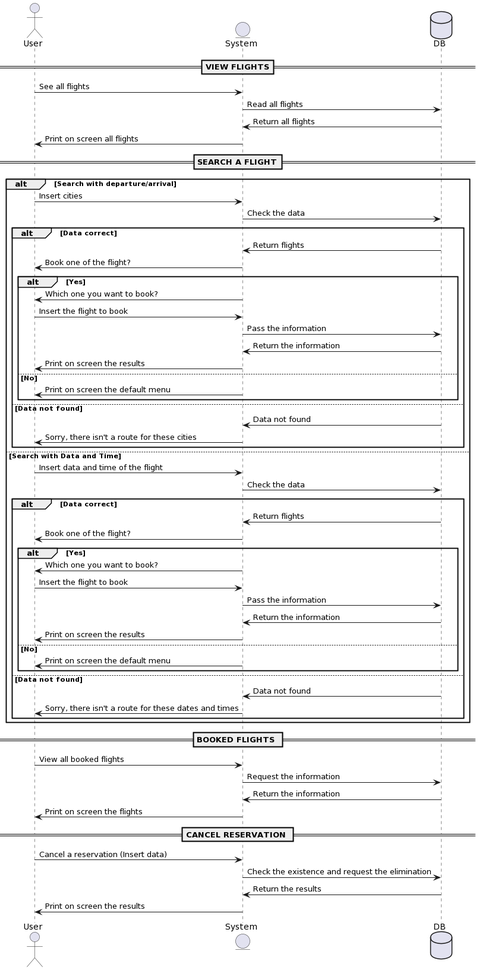
The PlantUML diagram DIAGRAMMI UML/SEQUENZA/DIAGRAMMA SEQUENZA CLASSE ADMINISTRATOR/DIAGRAMMA UML SEQUENZA Administrator.png in Chrisis2004/EASYJET-PROJECT, before a commit.
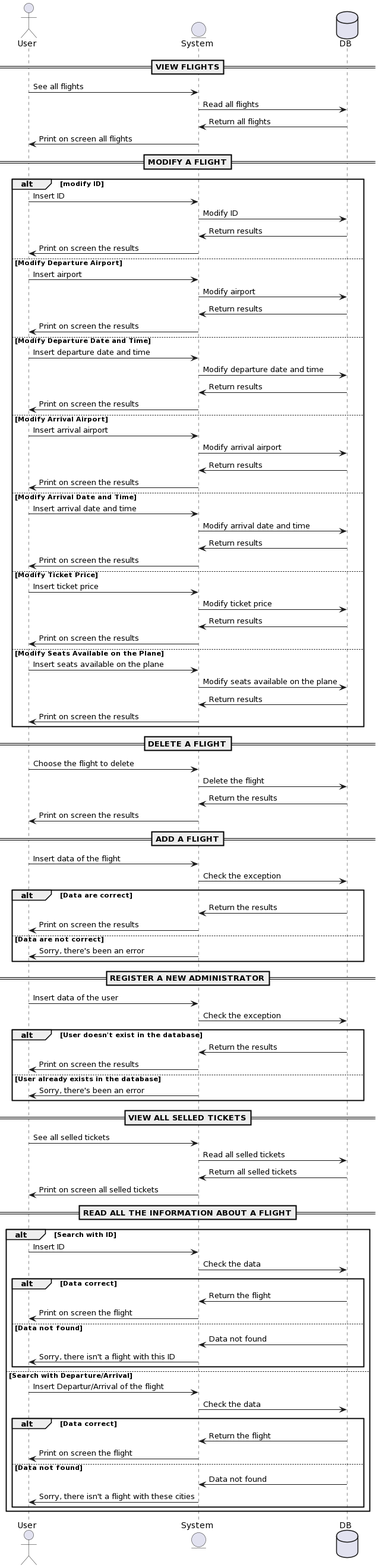
After the change.

The edit, as a diff of the source:
```diff
@@ -9,65 +9,107 @@
 Foo3 -> Foo2: Return all flights
 Foo2 -> Foo : Print on screen all flights
 
-==SEARCH A FLIGHT==
-alt Search with departure/arrival
-Foo -> Foo2 : Insert cities
+==MODIFY A FLIGHT==
+alt modify ID
+Foo -> Foo2 : Insert ID
+Foo2 -> Foo3: Modify ID
+Foo3 -> Foo2: Return results
+Foo2 -> Foo: Print on screen the results
+
+else Modify Departure Airport
+Foo -> Foo2 : Insert airport
+Foo2 -> Foo3: Modify airport
+Foo3 -> Foo2: Return results
+Foo2 -> Foo: Print on screen the results
+
+else Modify Departure Date and Time
+Foo -> Foo2 : Insert departure date and time
+Foo2 -> Foo3: Modify departure date and time
+Foo3 -> Foo2: Return results
+Foo2 -> Foo: Print on screen the results
+
+else Modify Arrival Airport
+Foo -> Foo2 : Insert arrival airport
+Foo2 -> Foo3: Modify arrival airport
+Foo3 -> Foo2: Return results
+Foo2 -> Foo: Print on screen the results
+
+else Modify Arrival Date and Time
+Foo -> Foo2 : Insert arrival date and time
+Foo2 -> Foo3: Modify arrival date and time
+Foo3 -> Foo2: Return results
+Foo2 -> Foo: Print on screen the results
+
+else Modify Ticket Price
+Foo -> Foo2 : Insert ticket price
+Foo2 -> Foo3: Modify ticket price
+Foo3 -> Foo2: Return results
+Foo2 -> Foo: Print on screen the results
+
+else Modify Seats Available on the Plane
+Foo -> Foo2 : Insert seats available on the plane
+Foo2 -> Foo3: Modify seats available on the plane
+Foo3 -> Foo2: Return results
+Foo2 -> Foo: Print on screen the results
+end
+
+== DELETE A FLIGHT==
+Foo -> Foo2 : Choose the flight to delete
+Foo2 -> Foo3 : Delete the flight
+Foo3 -> Foo2: Return the results
+Foo2 -> Foo : Print on screen the results
+
+== ADD A FLIGHT==
+Foo -> Foo2 : Insert data of the flight
+Foo2 -> Foo3: Check the exception
+alt Data are correct
+Foo3 -> Foo2: Return the results
+Foo2 -> Foo: Print on screen the results
+else Data are not correct
+Foo2 -> Foo: Sorry, there's been an error
+end
+
+== REGISTER A NEW ADMINISTRATOR==
+Foo -> Foo2 : Insert data of the user
+Foo2 -> Foo3 : Check the exception
+alt User doesn't exist in the database
+Foo3 -> Foo2: Return the results
+Foo2 -> Foo : Print on screen the results
+else User already exists in the database
+Foo2 -> Foo: Sorry, there's been an error
+end
+
+== VIEW ALL SELLED TICKETS==
+Foo -> Foo2 : See all selled tickets
+Foo2 -> Foo3 : Read all selled tickets
+Foo3 -> Foo2: Return all selled tickets
+Foo2 -> Foo : Print on screen all selled tickets
+
+== READ ALL THE INFORMATION ABOUT A FLIGHT==
+alt Search with ID
+Foo -> Foo2 : Insert ID
 Foo2 -> Foo3: Check the data
 
 alt Data correct
-Foo3 -> Foo2: Return flights
-Foo2 -> Foo: Book one of the flight?
-
-alt Yes
-Foo2 -> Foo: Which one you want to book?
-Foo -> Foo2: Insert the flight to book
-Foo2 -> Foo3: Pass the information
-Foo3 -> Foo2: Return the information
-Foo2 -> Foo: Print on screen the results
-
-else No
-Foo2 -> Foo: Print on screen the default menu
-end
+Foo3 -> Foo2: Return the flight
+Foo2 -> Foo: Print on screen the flight
 
 else Data not found
 Foo3 -> Foo2: Data not found
-Foo2 -> Foo: Sorry, there isn't a route for these cities
+Foo2 -> Foo: Sorry, there isn't a flight with this ID
 end
 
-else Search with Data and Time
-Foo -> Foo2 : Insert data and time of the flight
+else Search with Departure/Arrival
+Foo -> Foo2 : Insert Departur/Arrival of the flight
 Foo2 -> Foo3: Check the data
 
 alt Data correct
-Foo3 -> Foo2: Return flights
-Foo2 -> Foo: Book one of the flight?
-
-alt Yes
-Foo2 -> Foo: Which one you want to book?
-Foo -> Foo2: Insert the flight to book
-Foo2 -> Foo3: Pass the information
-Foo3 -> Foo2: Return the information
-Foo2 -> Foo: Print on screen the results
-
-else No
-Foo2 -> Foo: Print on screen the default menu
-end
+Foo3 -> Foo2: Return the flight
+Foo2 -> Foo: Print on screen the flight
 
 else Data not found
 Foo3 -> Foo2: Data not found
-Foo2 -> Foo: Sorry, there isn't a route for these dates and times
+Foo2 -> Foo: Sorry, there isn't a flight with these cities
 end
 end
-
-== BOOKED FLIGHTS ==
-Foo -> Foo2 : View all booked flights
-Foo2 -> Foo3: Request the information
-Foo3 -> Foo2: Return the information
-Foo2 -> Foo: Print on screen the flights
-
-== CANCEL RESERVATION ==
-Foo -> Foo2 : Cancel a reservation (Insert data)
-Foo2 -> Foo3: Check the existence and request the elimination
-Foo3 -> Foo2: Return the results
-Foo2 -> Foo: Print on screen the results
 @enduml
```
